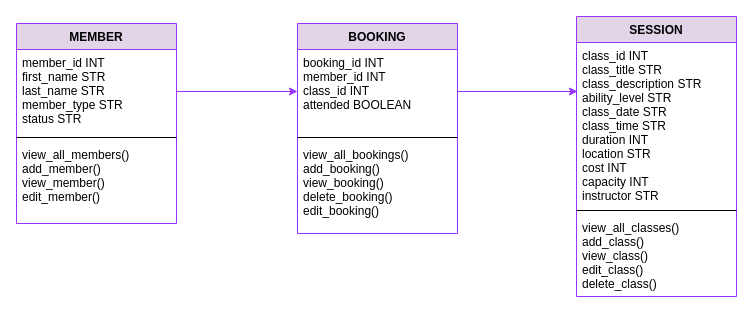
Earlier version of the draw.io diagram diagrams/project_class_diagram.drawio (M5FGN/codeclan_project_gymclan). Source tidied: cells renumbered, new cells numbered last; positions are measured from the earlier drawing's top-left corner, leaving out a move shared by most shapes. Both pictures are drawn from the tidied source at 100%, with x=0, y=0 at pixel (16, 16).
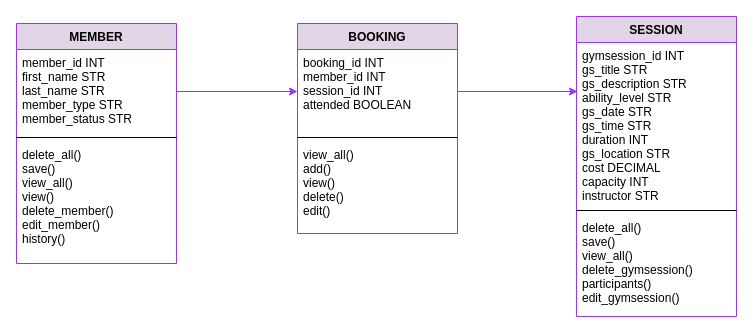
After the change.

Diff of the diagram source:
```diff
@@
 <mxGraphModel>
   <root>
     <mxCell id="0" />
     <mxCell id="1" parent="0" />
     <mxCell id="2" value="MEMBER" style="swimlane;fontStyle=1;align=center;verticalAlign=top;horizontal=1;startSize=26;fillColor=#e1d5e7;strokeColor=#9933FF;" parent="1" vertex="1">
-      <mxGeometry y="7" width="160" height="200" as="geometry" />
+      <mxGeometry y="7" width="160" height="240" as="geometry" />
     </mxCell>
-    <mxCell id="3" value="member_id INT&#10;first_name STR&#10;last_name STR&#10;member_type STR&#10;status STR" style="text;strokeColor=none;fillColor=none;align=left;verticalAlign=top;spacingLeft=4;spacingRight=4;overflow=hidden;points=[[0,0.5],[1,0.5]];portConstraint=eastwest;" parent="2" vertex="1">
+    <mxCell id="3" value="member_id INT&#10;first_name STR&#10;last_name STR&#10;member_type STR&#10;member_status STR" style="text;strokeColor=none;fillColor=none;align=left;verticalAlign=top;spacingLeft=4;spacingRight=4;overflow=hidden;points=[[0,0.5],[1,0.5]];portConstraint=eastwest;" parent="2" vertex="1">
       <mxGeometry y="26" width="160" height="84" as="geometry" />
     </mxCell>
     <mxCell id="4" style="line;strokeWidth=1;fillColor=none;align=left;verticalAlign=middle;spacingTop=-1;spacingLeft=3;spacingRight=3;labelPosition=right;" parent="2" vertex="1">
       <mxGeometry y="110" width="160" height="8" as="geometry" />
     </mxCell>
-    <mxCell id="5" value="view_all_members()&#10;add_member()&#10;view_member()&#10;edit_member()" style="text;strokeColor=none;fillColor=none;align=left;verticalAlign=top;spacingLeft=4;spacingRight=4;overflow=hidden;" parent="2" vertex="1">
-      <mxGeometry y="118" width="160" height="82" as="geometry" />
+    <mxCell id="5" value="delete_all()&#10;save()&#10;view_all()&#10;view()&#10;delete_member()&#10;edit_member()&#10;history()" style="text;strokeColor=none;fillColor=none;align=left;verticalAlign=top;spacingLeft=4;spacingRight=4;overflow=hidden;" parent="2" vertex="1">
+      <mxGeometry y="118" width="160" height="122" as="geometry" />
     </mxCell>
     <mxCell id="6" value="BOOKING" style="swimlane;fontStyle=1;align=center;verticalAlign=top;horizontal=1;startSize=26;fillColor=#e1d5e7;strokeColor=#9933FF;" parent="1" vertex="1">
       <mxGeometry x="281" y="7" width="160" height="210" as="geometry" />
     </mxCell>
-    <mxCell id="7" value="booking_id INT&#10;member_id INT&#10;class_id INT&#10;attended BOOLEAN" style="text;strokeColor=none;fillColor=none;align=left;verticalAlign=top;spacingLeft=4;spacingRight=4;overflow=hidden;points=[[0,0.5],[1,0.5]];portConstraint=eastwest;" parent="6" vertex="1">
+    <mxCell id="7" value="booking_id INT&#10;member_id INT&#10;session_id INT&#10;attended BOOLEAN" style="text;strokeColor=none;fillColor=none;align=left;verticalAlign=top;spacingLeft=4;spacingRight=4;overflow=hidden;points=[[0,0.5],[1,0.5]];portConstraint=eastwest;" parent="6" vertex="1">
       <mxGeometry y="26" width="160" height="84" as="geometry" />
     </mxCell>
     <mxCell id="8" style="line;strokeWidth=1;fillColor=none;align=left;verticalAlign=middle;spacingTop=-1;spacingLeft=3;spacingRight=3;labelPosition=right;" parent="6" vertex="1">
       <mxGeometry y="110" width="160" height="8" as="geometry" />
     </mxCell>
-    <mxCell id="9" value="view_all_bookings()&#10;add_booking()&#10;view_booking()&#10;delete_booking()&#10;edit_booking()" style="text;strokeColor=none;fillColor=none;align=left;verticalAlign=top;spacingLeft=4;spacingRight=4;overflow=hidden;" parent="6" vertex="1">
+    <mxCell id="9" value="view_all()&#10;add()&#10;view()&#10;delete()&#10;edit()" style="text;strokeColor=none;fillColor=none;align=left;verticalAlign=top;spacingLeft=4;spacingRight=4;overflow=hidden;" parent="6" vertex="1">
       <mxGeometry y="118" width="160" height="92" as="geometry" />
     </mxCell>
     <mxCell id="10" value="SESSION" style="swimlane;fontStyle=1;align=center;verticalAlign=top;horizontal=1;startSize=26;fillColor=#e1d5e7;strokeColor=#9933FF;" parent="1" vertex="1">
-      <mxGeometry x="560" width="160" height="280" as="geometry" />
+      <mxGeometry x="560" width="160" height="300" as="geometry" />
     </mxCell>
-    <mxCell id="11" value="class_id INT&#10;class_title STR&#10;class_description STR&#10;ability_level STR&#10;class_date STR&#10;class_time STR&#10;duration INT&#10;location STR&#10;cost INT&#10;capacity INT&#10;instructor STR&#10;" style="text;strokeColor=none;fillColor=none;align=left;verticalAlign=top;spacingLeft=4;spacingRight=4;overflow=hidden;points=[[0,0.5],[1,0.5]];portConstraint=eastwest;" parent="10" vertex="1">
+    <mxCell id="11" value="gymsession_id INT&#10;gs_title STR&#10;gs_description STR&#10;ability_level STR&#10;gs_date STR&#10;gs_time STR&#10;duration INT&#10;gs_location STR&#10;cost DECIMAL&#10;capacity INT&#10;instructor STR&#10;" style="text;strokeColor=none;fillColor=none;align=left;verticalAlign=top;spacingLeft=4;spacingRight=4;overflow=hidden;points=[[0,0.5],[1,0.5]];portConstraint=eastwest;" parent="10" vertex="1">
       <mxGeometry y="26" width="160" height="164" as="geometry" />
     </mxCell>
     <mxCell id="12" style="line;strokeWidth=1;fillColor=none;align=left;verticalAlign=middle;spacingTop=-1;spacingLeft=3;spacingRight=3;labelPosition=right;" parent="10" vertex="1">
       <mxGeometry y="190" width="160" height="8" as="geometry" />
     </mxCell>
-    <mxCell id="13" value="view_all_classes()&#10;add_class()&#10;view_class()&#10;edit_class()&#10;delete_class()&#10;&#10;" style="text;strokeColor=none;fillColor=none;align=left;verticalAlign=top;spacingLeft=4;spacingRight=4;overflow=hidden;" parent="10" vertex="1">
-      <mxGeometry y="198" width="160" height="82" as="geometry" />
+    <mxCell id="13" value="delete_all()&#10;save()&#10;view_all()&#10;delete_gymsession()&#10;participants()&#10;edit_gymsession()&#10;" style="text;strokeColor=none;fillColor=none;align=left;verticalAlign=top;spacingLeft=4;spacingRight=4;overflow=hidden;" parent="10" vertex="1">
+      <mxGeometry y="198" width="160" height="102" as="geometry" />
     </mxCell>
     <mxCell id="14" style="edgeStyle=orthogonalEdgeStyle;rounded=0;jettySize=auto;html=1;exitX=1;exitY=0.5;exitDx=0;exitDy=0;entryX=0;entryY=0.5;entryDx=0;entryDy=0;strokeColor=#9933FF;" parent="1" edge="1" source="3" target="7">
       <mxGeometry relative="1" as="geometry" />
     </mxCell>
     <mxCell id="15" style="edgeStyle=orthogonalEdgeStyle;rounded=0;jettySize=auto;html=1;exitX=1;exitY=0.5;exitDx=0;exitDy=0;entryX=0.006;entryY=0.299;entryDx=0;entryDy=0;entryPerimeter=0;strokeColor=#9933FF;" parent="1" edge="1" source="7" target="11">
       <mxGeometry relative="1" as="geometry" />
     </mxCell>
   </root>
 </mxGraphModel>
```
